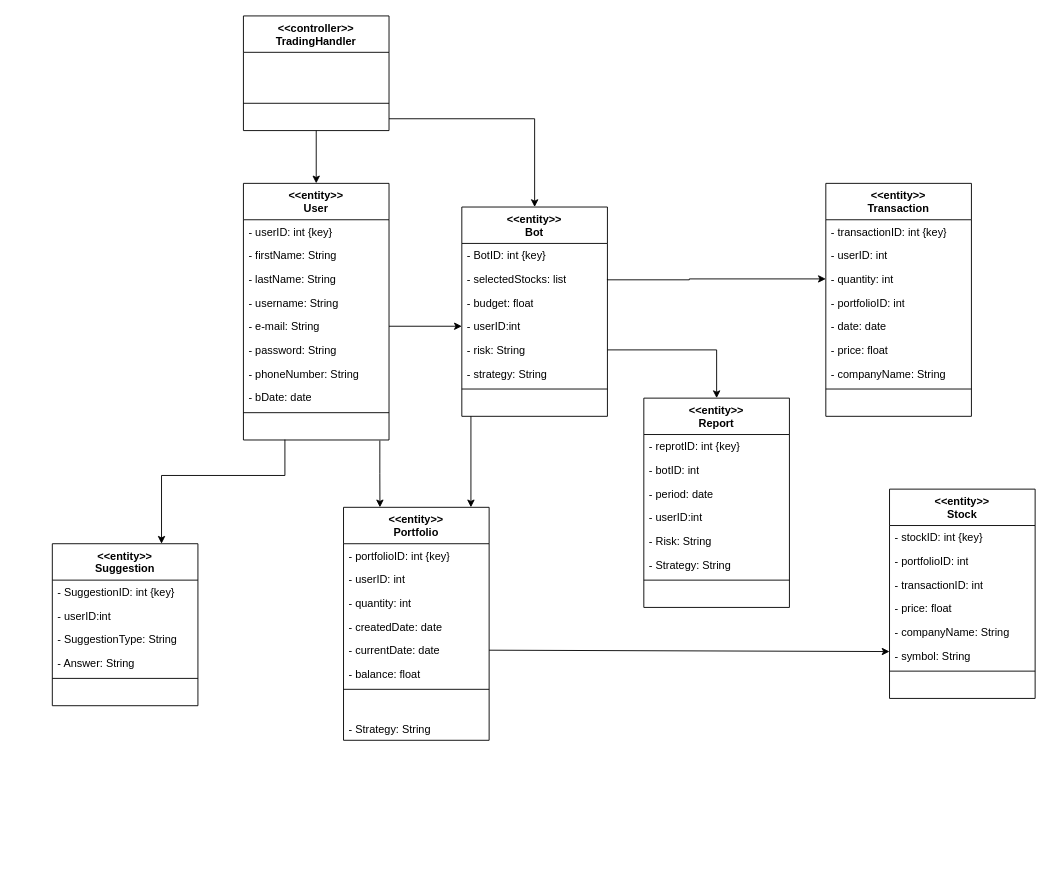
Abdulmohsen23/IS498 keeps this draw.io diagram as Diagrams/FIRST_CUT_CLASS DIAGRAM.drawio. Above is the earlier version. Source tidied: cells renumbered, new cells numbered last; positions are measured from the earlier drawing's top-left corner, leaving out a move shared by most shapes. Both pictures are drawn from the tidied source at 91%, with x=0, y=0 at pixel (52, 15).
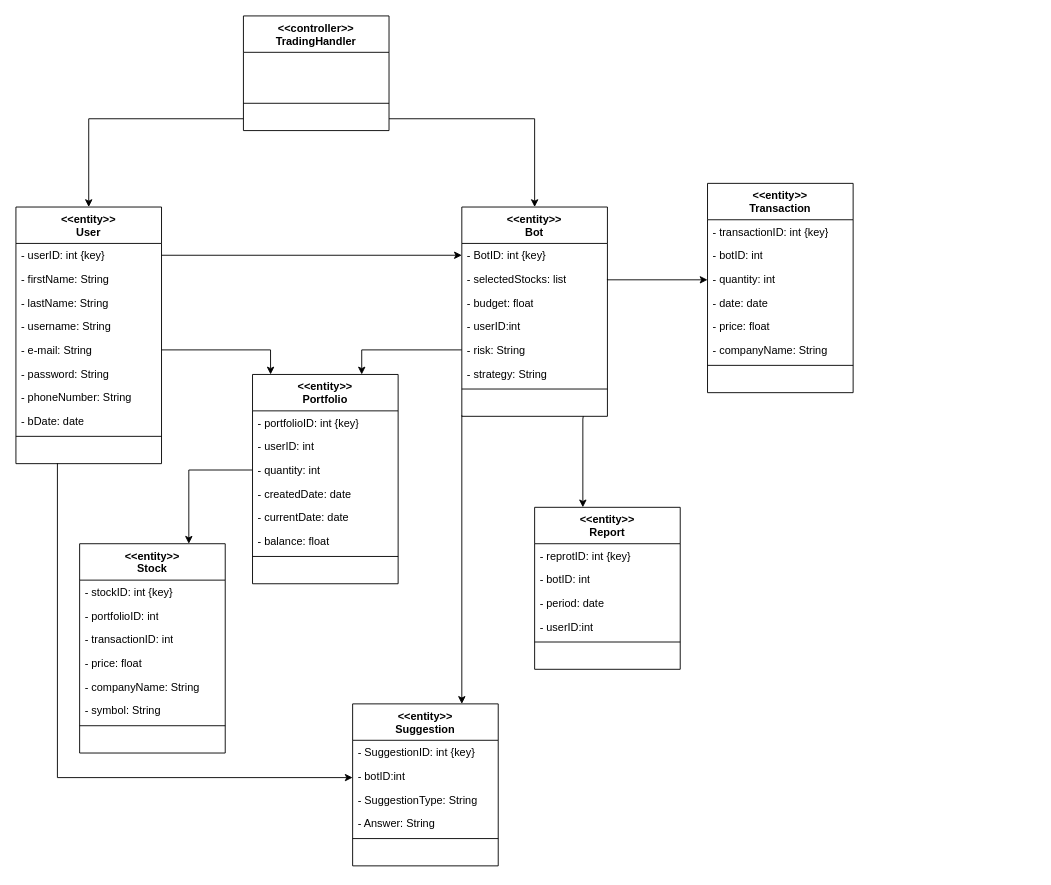
The same page after the edit.

The change refers to these unchanged cells:
```xml
<mxCell id="3" value="- userID: int {key}" style="text;strokeColor=none;fillColor=none;align=left;verticalAlign=top;spacingLeft=4;spacingRight=4;overflow=hidden;points=[[0,0.5],[1,0.5]];portConstraint=eastwest;whiteSpace=wrap;html=1;" parent="2" vertex="1">
  <mxGeometry y="40" width="160" height="26" as="geometry" />
</mxCell>
<mxCell id="7" value="- e-mail: String" style="text;strokeColor=none;fillColor=none;align=left;verticalAlign=top;spacingLeft=4;spacingRight=4;overflow=hidden;points=[[0,0.5],[1,0.5]];portConstraint=eastwest;whiteSpace=wrap;html=1;" parent="2" vertex="1">
  <mxGeometry y="144" width="160" height="26" as="geometry" />
</mxCell>
<mxCell id="12" value="&lt;div&gt;&amp;nbsp;&amp;nbsp;&amp;nbsp;&amp;nbsp;&amp;nbsp;&amp;nbsp;&amp;nbsp;&amp;nbsp;&amp;nbsp;&amp;nbsp;&amp;nbsp;&amp;nbsp;&amp;nbsp;&amp;nbsp;&amp;nbsp;&amp;nbsp;&amp;nbsp;&amp;nbsp;&amp;nbsp;&amp;nbsp;&amp;nbsp;&amp;nbsp;&amp;nbsp;&amp;nbsp;&amp;nbsp;&amp;nbsp;&amp;nbsp;&amp;nbsp;&amp;nbsp;&amp;nbsp;&amp;nbsp;&amp;nbsp;&amp;nbsp;&amp;nbsp;&amp;nbsp;&amp;nbsp;&amp;nbsp;&amp;nbsp;&amp;nbsp;&amp;nbsp;&amp;nbsp;&amp;nbsp;&amp;nbsp;&amp;nbsp;&amp;nbsp; &lt;br&gt;&lt;/div&gt;" style="text;strokeColor=none;fillColor=none;align=left;verticalAlign=top;spacingLeft=4;spacingRight=4;overflow=hidden;points=[[0,0.5],[1,0.5]];portConstraint=eastwest;whiteSpace=wrap;html=1;" parent="2" vertex="1">
  <mxGeometry y="256" width="160" height="26" as="geometry" />
</mxCell>
<mxCell id="16" value="- quantity: int" style="text;strokeColor=none;fillColor=none;align=left;verticalAlign=top;spacingLeft=4;spacingRight=4;overflow=hidden;points=[[0,0.5],[1,0.5]];portConstraint=eastwest;whiteSpace=wrap;html=1;" parent="13" vertex="1">
  <mxGeometry y="92" width="160" height="26" as="geometry" />
</mxCell>
<mxCell id="18" value="- currentDate: date" style="text;strokeColor=none;fillColor=none;align=left;verticalAlign=top;spacingLeft=4;spacingRight=4;overflow=hidden;points=[[0,0.5],[1,0.5]];portConstraint=eastwest;whiteSpace=wrap;html=1;" parent="13" vertex="1">
  <mxGeometry y="144" width="160" height="26" as="geometry" />
</mxCell>
<mxCell id="24" value="&lt;div&gt;&amp;lt;&amp;lt;controller&amp;gt;&amp;gt;&lt;/div&gt;&lt;div&gt;TradingHandler&lt;br&gt;&lt;/div&gt;" style="swimlane;fontStyle=1;align=center;verticalAlign=top;horizontal=1;startSize=40;whiteSpace=wrap;html=1;" parent="1" vertex="1">
  <mxGeometry x="210" width="160" height="126" as="geometry" />
</mxCell>
<mxCell id="28" value="&lt;div&gt;&amp;nbsp;&amp;nbsp;&amp;nbsp;&amp;nbsp;&amp;nbsp;&amp;nbsp;&amp;nbsp;&amp;nbsp;&amp;nbsp;&amp;nbsp;&amp;nbsp;&amp;nbsp;&amp;nbsp;&amp;nbsp;&amp;nbsp;&amp;nbsp;&amp;nbsp;&amp;nbsp;&amp;nbsp;&amp;nbsp;&amp;nbsp;&amp;nbsp;&amp;nbsp;&amp;nbsp;&amp;nbsp;&amp;nbsp;&amp;nbsp;&amp;nbsp;&amp;nbsp;&amp;nbsp;&amp;nbsp;&amp;nbsp;&amp;nbsp;&amp;nbsp;&amp;nbsp;&amp;nbsp;&amp;nbsp;&amp;nbsp;&amp;nbsp;&amp;nbsp;&amp;nbsp;&amp;nbsp;&amp;nbsp;&amp;nbsp;&amp;nbsp; &lt;br&gt;&lt;/div&gt;" style="text;strokeColor=none;fillColor=none;align=left;verticalAlign=top;spacingLeft=4;spacingRight=4;overflow=hidden;points=[[0,0.5],[1,0.5]];portConstraint=eastwest;whiteSpace=wrap;html=1;" parent="24" vertex="1">
  <mxGeometry y="100" width="160" height="26" as="geometry" />
</mxCell>
<mxCell id="36" value="- symbol: String" style="text;strokeColor=none;fillColor=none;align=left;verticalAlign=top;spacingLeft=4;spacingRight=4;overflow=hidden;points=[[0,0.5],[1,0.5]];portConstraint=eastwest;whiteSpace=wrap;html=1;" parent="30" vertex="1">
  <mxGeometry y="170" width="160" height="26" as="geometry" />
</mxCell>
<mxCell id="42" value="- quantity: int" style="text;strokeColor=none;fillColor=none;align=left;verticalAlign=top;spacingLeft=4;spacingRight=4;overflow=hidden;points=[[0,0.5],[1,0.5]];portConstraint=eastwest;whiteSpace=wrap;html=1;" parent="39" vertex="1">
  <mxGeometry y="92" width="160" height="26" as="geometry" />
</mxCell>
<mxCell id="58" value="- BotID: int {key}" style="text;strokeColor=none;fillColor=none;align=left;verticalAlign=top;spacingLeft=4;spacingRight=4;overflow=hidden;points=[[0,0.5],[1,0.5]];portConstraint=eastwest;whiteSpace=wrap;html=1;" parent="57" vertex="1">
  <mxGeometry y="40" width="160" height="26" as="geometry" />
</mxCell>
<mxCell id="59" value="- selectedStocks: list" style="text;strokeColor=none;fillColor=none;align=left;verticalAlign=top;spacingLeft=4;spacingRight=4;overflow=hidden;points=[[0,0.5],[1,0.5]];portConstraint=eastwest;whiteSpace=wrap;html=1;" parent="57" vertex="1">
  <mxGeometry y="66" width="160" height="26" as="geometry" />
</mxCell>
<mxCell id="61" value="- userID:int" style="text;strokeColor=none;fillColor=none;align=left;verticalAlign=top;spacingLeft=4;spacingRight=4;overflow=hidden;points=[[0,0.5],[1,0.5]];portConstraint=eastwest;whiteSpace=wrap;html=1;" parent="57" vertex="1">
  <mxGeometry y="118" width="160" height="26" as="geometry" />
</mxCell>
<mxCell id="62" value="- risk: String" style="text;strokeColor=none;fillColor=none;align=left;verticalAlign=top;spacingLeft=4;spacingRight=4;overflow=hidden;points=[[0,0.5],[1,0.5]];portConstraint=eastwest;whiteSpace=wrap;html=1;" parent="57" vertex="1">
  <mxGeometry y="144" width="160" height="26" as="geometry" />
</mxCell>
<mxCell id="65" value="&lt;div&gt;&amp;nbsp;&amp;nbsp;&amp;nbsp;&amp;nbsp;&amp;nbsp;&amp;nbsp;&amp;nbsp;&amp;nbsp;&amp;nbsp;&amp;nbsp;&amp;nbsp;&amp;nbsp;&amp;nbsp;&amp;nbsp;&amp;nbsp;&amp;nbsp;&amp;nbsp;&amp;nbsp;&amp;nbsp;&amp;nbsp;&amp;nbsp;&amp;nbsp;&amp;nbsp;&amp;nbsp;&amp;nbsp;&amp;nbsp;&amp;nbsp;&amp;nbsp;&amp;nbsp;&amp;nbsp;&amp;nbsp;&amp;nbsp;&amp;nbsp;&amp;nbsp;&amp;nbsp;&amp;nbsp;&amp;nbsp;&amp;nbsp;&amp;nbsp;&amp;nbsp;&amp;nbsp;&amp;nbsp;&amp;nbsp;&amp;nbsp;&amp;nbsp; &lt;br&gt;&lt;/div&gt;" style="text;strokeColor=none;fillColor=none;align=left;verticalAlign=top;spacingLeft=4;spacingRight=4;overflow=hidden;points=[[0,0.5],[1,0.5]];portConstraint=eastwest;whiteSpace=wrap;html=1;" parent="57" vertex="1">
  <mxGeometry y="204" width="160" height="26" as="geometry" />
</mxCell>
```

Diff of the diagram source:
```diff
@@
     <mxCell id="2" value="&lt;div&gt;&amp;lt;&amp;lt;entity&amp;gt;&amp;gt;&lt;/div&gt;&lt;div&gt;User&lt;br&gt;&lt;/div&gt;" style="swimlane;fontStyle=1;align=center;verticalAlign=top;horizontal=1;startSize=40;whiteSpace=wrap;html=1;" parent="1" vertex="1">
-      <mxGeometry x="210" y="184" width="160" height="282" as="geometry" />
+      <mxGeometry x="-40" y="210" width="160" height="282" as="geometry" />
     </mxCell>
@@
     <mxCell id="13" value="&lt;div&gt;&amp;lt;&amp;lt;entity&amp;gt;&amp;gt;&lt;/div&gt;&lt;div&gt;Portfolio&lt;br&gt;&lt;/div&gt;" style="swimlane;fontStyle=1;align=center;verticalAlign=top;horizontal=1;startSize=40;whiteSpace=wrap;html=1;" parent="1" vertex="1">
-      <mxGeometry x="320" y="540" width="160" height="256" as="geometry" />
+      <mxGeometry x="220" y="394" width="160" height="230" as="geometry" />
     </mxCell>
@@
-    <mxCell id="22" value="- Strategy: String" style="text;strokeColor=none;fillColor=none;align=left;verticalAlign=top;spacingLeft=4;spacingRight=4;overflow=hidden;whiteSpace=wrap;html=1;" parent="13" vertex="1">
-      <mxGeometry y="230" width="160" height="26" as="geometry" />
-    </mxCell>
-    <mxCell id="23" style="edgeStyle=orthogonalEdgeStyle;rounded=0;jettySize=auto;html=1;exitX=0.5;exitY=1;exitDx=0;exitDy=0;entryX=0.5;entryY=0;entryDx=0;entryDy=0;" parent="1" edge="1" source="24" target="2">
+    <mxCell id="23" style="edgeStyle=orthogonalEdgeStyle;rounded=0;jettySize=auto;html=1;exitX=0;exitY=0.5;exitDx=0;exitDy=0;entryX=0.5;entryY=0;entryDx=0;entryDy=0;" parent="1" edge="1" source="28" target="2">
       <mxGeometry relative="1" as="geometry" />
     </mxCell>
@@
-    <mxCell id="29" style="edgeStyle=orthogonalEdgeStyle;rounded=0;jettySize=auto;html=1;exitX=1;exitY=0.5;exitDx=0;exitDy=0;entryX=0;entryY=0.5;entryDx=0;entryDy=0;" parent="1" edge="1" source="59" target="42">
+    <mxCell id="29" style="edgeStyle=orthogonalEdgeStyle;rounded=0;jettySize=auto;html=1;exitX=1;exitY=0.5;exitDx=0;exitDy=0;" parent="1" edge="1" source="59">
       <mxGeometry relative="1" as="geometry">
+        <mxPoint x="720" y="290" as="targetPoint" />
         <Array as="points">
-          <mxPoint x="700" y="290" />
+          <mxPoint x="610" y="290" />
+          <mxPoint x="720" y="290" />
         </Array>
       </mxGeometry>
     </mxCell>
     <mxCell id="30" value="&lt;div&gt;&amp;lt;&amp;lt;entity&amp;gt;&amp;gt;&lt;/div&gt;&lt;div&gt;Stock&lt;br&gt;&lt;/div&gt;" style="swimlane;fontStyle=1;align=center;verticalAlign=top;horizontal=1;startSize=40;whiteSpace=wrap;html=1;" parent="1" vertex="1">
-      <mxGeometry x="920" y="520" width="160" height="230" as="geometry" />
+      <mxGeometry x="30" y="580" width="160" height="230" as="geometry" />
     </mxCell>
@@
     <mxCell id="39" value="&lt;div&gt;&amp;lt;&amp;lt;entity&amp;gt;&amp;gt;&lt;/div&gt;&lt;div&gt;Transaction&lt;br&gt;&lt;/div&gt;" style="swimlane;fontStyle=1;align=center;verticalAlign=top;horizontal=1;startSize=40;whiteSpace=wrap;html=1;" parent="1" vertex="1">
-      <mxGeometry x="850" y="184" width="160" height="256" as="geometry" />
+      <mxGeometry x="720" y="184" width="160" height="230" as="geometry" />
     </mxCell>
@@
-    <mxCell id="41" value="- userID: int" style="text;strokeColor=none;fillColor=none;align=left;verticalAlign=top;spacingLeft=4;spacingRight=4;overflow=hidden;whiteSpace=wrap;html=1;" parent="39" vertex="1">
+    <mxCell id="41" value="- botID: int" style="text;strokeColor=none;fillColor=none;align=left;verticalAlign=top;spacingLeft=4;spacingRight=4;overflow=hidden;whiteSpace=wrap;html=1;" parent="39" vertex="1">
       <mxGeometry y="66" width="160" height="26" as="geometry" />
     </mxCell>
@@
-    <mxCell id="43" value="- portfolioID: int" style="text;strokeColor=none;fillColor=none;align=left;verticalAlign=top;spacingLeft=4;spacingRight=4;overflow=hidden;whiteSpace=wrap;html=1;" parent="39" vertex="1">
-      <mxGeometry y="118" width="160" height="26" as="geometry" />
-    </mxCell>
     <mxCell id="44" value="- date: date" style="text;strokeColor=none;fillColor=none;align=left;verticalAlign=top;spacingLeft=4;spacingRight=4;overflow=hidden;whiteSpace=wrap;html=1;" parent="39" vertex="1">
-      <mxGeometry y="144" width="160" height="26" as="geometry" />
+      <mxGeometry y="118" width="160" height="26" as="geometry" />
     </mxCell>
     <mxCell id="45" value="- price: float" style="text;strokeColor=none;fillColor=none;align=left;verticalAlign=top;spacingLeft=4;spacingRight=4;overflow=hidden;whiteSpace=wrap;html=1;" parent="39" vertex="1">
-      <mxGeometry y="170" width="160" height="26" as="geometry" />
+      <mxGeometry y="144" width="160" height="26" as="geometry" />
     </mxCell>
     <mxCell id="46" value="- companyName: String" style="text;strokeColor=none;fillColor=none;align=left;verticalAlign=top;spacingLeft=4;spacingRight=4;overflow=hidden;whiteSpace=wrap;html=1;" parent="39" vertex="1">
-      <mxGeometry y="196" width="160" height="26" as="geometry" />
+      <mxGeometry y="170" width="160" height="26" as="geometry" />
     </mxCell>
     <mxCell id="47" style="line;strokeWidth=1;fillColor=none;align=left;verticalAlign=middle;spacingTop=-1;spacingLeft=3;spacingRight=3;labelPosition=right;strokeColor=inherit;" parent="39" vertex="1">
-      <mxGeometry y="222" width="160" height="8" as="geometry" />
+      <mxGeometry y="196" width="160" height="8" as="geometry" />
     </mxCell>
     <mxCell id="48" value="&lt;div&gt;&amp;nbsp;&amp;nbsp;&amp;nbsp;&amp;nbsp;&amp;nbsp;&amp;nbsp;&amp;nbsp;&amp;nbsp;&amp;nbsp;&amp;nbsp;&amp;nbsp;&amp;nbsp;&amp;nbsp;&amp;nbsp;&amp;nbsp;&amp;nbsp;&amp;nbsp;&amp;nbsp;&amp;nbsp;&amp;nbsp;&amp;nbsp;&amp;nbsp;&amp;nbsp;&amp;nbsp;&amp;nbsp;&amp;nbsp;&amp;nbsp;&amp;nbsp;&amp;nbsp;&amp;nbsp;&amp;nbsp;&amp;nbsp;&amp;nbsp;&amp;nbsp;&amp;nbsp;&amp;nbsp;&amp;nbsp;&amp;nbsp;&amp;nbsp;&amp;nbsp;&amp;nbsp;&amp;nbsp;&amp;nbsp;&amp;nbsp;&amp;nbsp; &lt;br&gt;&lt;/div&gt;" style="text;strokeColor=none;fillColor=none;align=left;verticalAlign=top;spacingLeft=4;spacingRight=4;overflow=hidden;whiteSpace=wrap;html=1;" parent="39" vertex="1">
-      <mxGeometry y="230" width="160" height="26" as="geometry" />
+      <mxGeometry y="204" width="160" height="26" as="geometry" />
     </mxCell>
     <mxCell id="49" value="&lt;div&gt;&amp;lt;&amp;lt;entity&amp;gt;&amp;gt;&lt;/div&gt;&lt;div&gt;Suggestion&lt;br&gt;&lt;/div&gt;" style="swimlane;fontStyle=1;align=center;verticalAlign=top;horizontal=1;startSize=40;whiteSpace=wrap;html=1;" parent="1" vertex="1">
-      <mxGeometry y="580" width="160" height="178" as="geometry" />
+      <mxGeometry x="330" y="756" width="160" height="178" as="geometry" />
     </mxCell>
@@
-    <mxCell id="51" value="- userID:int" style="text;strokeColor=none;fillColor=none;align=left;verticalAlign=top;spacingLeft=4;spacingRight=4;overflow=hidden;points=[[0,0.5],[1,0.5]];portConstraint=eastwest;whiteSpace=wrap;html=1;" parent="49" vertex="1">
+    <mxCell id="51" value="- botID:int" style="text;strokeColor=none;fillColor=none;align=left;verticalAlign=top;spacingLeft=4;spacingRight=4;overflow=hidden;points=[[0,0.5],[1,0.5]];portConstraint=eastwest;whiteSpace=wrap;html=1;" parent="49" vertex="1">
       <mxGeometry y="66" width="160" height="26" as="geometry" />
     </mxCell>
@@
-    <mxCell id="56" style="endArrow=classic;html=1;rounded=0;entryX=0.75;entryY=0;entryDx=0;entryDy=0;edgeStyle=orthogonalEdgeStyle;exitX=0.285;exitY=0.983;exitDx=0;exitDy=0;exitPerimeter=0;" parent="1" edge="1" source="12" target="49">
+    <mxCell id="56" style="endArrow=classic;html=1;rounded=0;edgeStyle=orthogonalEdgeStyle;exitX=0.285;exitY=0.983;exitDx=0;exitDy=0;exitPerimeter=0;" parent="1" edge="1" source="12" target="51">
       <mxGeometry relative="1" as="geometry">
         <Array as="points">
-          <mxPoint x="256" y="505" />
-          <mxPoint x="120" y="505" />
+          <mxPoint x="6" y="837" />
         </Array>
       </mxGeometry>
     </mxCell>
@@
-    <mxCell id="67" style="endArrow=classic;html=1;rounded=0;entryX=0.25;entryY=0;entryDx=0;entryDy=0;exitX=0.937;exitY=1.025;exitDx=0;exitDy=0;exitPerimeter=0;edgeStyle=orthogonalEdgeStyle;" parent="1" edge="1" source="12" target="13">
+    <mxCell id="67" style="endArrow=classic;html=1;rounded=0;exitX=1;exitY=0.5;exitDx=0;exitDy=0;edgeStyle=orthogonalEdgeStyle;entryX=0.124;entryY=0;entryDx=0;entryDy=0;entryPerimeter=0;" parent="1" edge="1" source="7" target="13">
       <mxGeometry relative="1" as="geometry" />
     </mxCell>
-    <mxCell id="68" style="endArrow=classic;html=1;rounded=0;edgeStyle=orthogonalEdgeStyle;" parent="1" edge="1">
+    <mxCell id="68" style="endArrow=classic;html=1;rounded=0;edgeStyle=orthogonalEdgeStyle;exitX=0;exitY=0.5;exitDx=0;exitDy=0;entryX=0.75;entryY=0;entryDx=0;entryDy=0;" parent="1" edge="1" source="62" target="13">
       <mxGeometry relative="1" as="geometry">
-        <mxPoint x="460" y="440" as="sourcePoint" />
-        <mxPoint x="460" y="540" as="targetPoint" />
         <Array as="points">
-          <mxPoint x="460" y="443" />
-          <mxPoint x="460" y="541" />
+          <mxPoint x="340" y="367" />
         </Array>
       </mxGeometry>
     </mxCell>
-    <mxCell id="69" style="endArrow=classic;html=1;rounded=0;exitX=1;exitY=0.5;exitDx=0;exitDy=0;entryX=0;entryY=0.327;entryDx=0;entryDy=0;entryPerimeter=0;" parent="1" edge="1" source="18" target="36">
-      <mxGeometry relative="1" as="geometry" />
-    </mxCell>
     <mxCell id="70" value="&lt;div&gt;&amp;lt;&amp;lt;entity&amp;gt;&amp;gt;&lt;/div&gt;&lt;div&gt;Report&lt;br&gt;&lt;/div&gt;" style="swimlane;fontStyle=1;align=center;verticalAlign=top;horizontal=1;startSize=40;whiteSpace=wrap;html=1;" parent="1" vertex="1">
-      <mxGeometry x="650" y="420" width="160" height="230" as="geometry" />
+      <mxGeometry x="530" y="540" width="160" height="178" as="geometry" />
     </mxCell>
@@
-    <mxCell id="75" value="- Risk: String" style="text;strokeColor=none;fillColor=none;align=left;verticalAlign=top;spacingLeft=4;spacingRight=4;overflow=hidden;whiteSpace=wrap;html=1;" parent="70" vertex="1">
-      <mxGeometry y="144" width="160" height="26" as="geometry" />
-    </mxCell>
-    <mxCell id="76" value="- Strategy: String" style="text;strokeColor=none;fillColor=none;align=left;verticalAlign=top;spacingLeft=4;spacingRight=4;overflow=hidden;whiteSpace=wrap;html=1;" parent="70" vertex="1">
-      <mxGeometry y="170" width="160" height="26" as="geometry" />
-    </mxCell>
     <mxCell id="77" style="line;strokeWidth=1;fillColor=none;align=left;verticalAlign=middle;spacingTop=-1;spacingLeft=3;spacingRight=3;labelPosition=right;strokeColor=inherit;" parent="70" vertex="1">
-      <mxGeometry y="196" width="160" height="8" as="geometry" />
+      <mxGeometry y="144" width="160" height="8" as="geometry" />
     </mxCell>
     <mxCell id="78" value="&lt;div&gt;&amp;nbsp;&amp;nbsp;&amp;nbsp;&amp;nbsp;&amp;nbsp;&amp;nbsp;&amp;nbsp;&amp;nbsp;&amp;nbsp;&amp;nbsp;&amp;nbsp;&amp;nbsp;&amp;nbsp;&amp;nbsp;&amp;nbsp;&amp;nbsp;&amp;nbsp;&amp;nbsp;&amp;nbsp;&amp;nbsp;&amp;nbsp;&amp;nbsp;&amp;nbsp;&amp;nbsp;&amp;nbsp;&amp;nbsp;&amp;nbsp;&amp;nbsp;&amp;nbsp;&amp;nbsp;&amp;nbsp;&amp;nbsp;&amp;nbsp;&amp;nbsp;&amp;nbsp;&amp;nbsp;&amp;nbsp;&amp;nbsp;&amp;nbsp;&amp;nbsp;&amp;nbsp;&amp;nbsp;&amp;nbsp;&amp;nbsp;&amp;nbsp; &lt;br&gt;&lt;/div&gt;" style="text;strokeColor=none;fillColor=none;align=left;verticalAlign=top;spacingLeft=4;spacingRight=4;overflow=hidden;whiteSpace=wrap;html=1;" parent="70" vertex="1">
-      <mxGeometry y="204" width="160" height="26" as="geometry" />
+      <mxGeometry y="152" width="160" height="26" as="geometry" />
     </mxCell>
-    <mxCell id="79" style="endArrow=classic;html=1;rounded=0;exitX=1;exitY=0.5;exitDx=0;exitDy=0;edgeStyle=orthogonalEdgeStyle;entryX=0.5;entryY=0;entryDx=0;entryDy=0;" parent="1" edge="1" source="62" target="70">
-      <mxGeometry relative="1" as="geometry" />
+    <mxCell id="79" style="endArrow=classic;html=1;rounded=0;exitX=0.834;exitY=0.992;exitDx=0;exitDy=0;edgeStyle=orthogonalEdgeStyle;exitPerimeter=0;" parent="1" edge="1" source="65">
+      <mxGeometry relative="1" as="geometry">
+        <mxPoint x="583" y="540" as="targetPoint" />
+        <Array as="points">
+          <mxPoint x="583" y="443" />
+          <mxPoint x="583" y="443" />
+          <mxPoint x="583" y="540" />
+        </Array>
+      </mxGeometry>
     </mxCell>
-    <mxCell id="80" style="endArrow=classic;html=1;rounded=0;exitX=1;exitY=0.5;exitDx=0;exitDy=0;entryX=0;entryY=0.5;entryDx=0;entryDy=0;" parent="1" edge="1" source="7" target="61">
+    <mxCell id="80" style="endArrow=classic;html=1;rounded=0;exitX=1;exitY=0.5;exitDx=0;exitDy=0;entryX=0;entryY=0.5;entryDx=0;entryDy=0;" parent="1" edge="1" source="3" target="58">
       <mxGeometry relative="1" as="geometry" />
     </mxCell>
+    <mxCell id="81" style="endArrow=classic;html=1;rounded=0;edgeStyle=orthogonalEdgeStyle;entryX=0.75;entryY=0;entryDx=0;entryDy=0;" parent="1" edge="1" target="49">
+      <mxGeometry relative="1" as="geometry">
+        <mxPoint x="450" y="439" as="sourcePoint" />
+        <Array as="points">
+          <mxPoint x="450" y="439" />
+        </Array>
+      </mxGeometry>
+    </mxCell>
+    <mxCell id="82" style="endArrow=classic;html=1;rounded=0;entryX=0.75;entryY=0;entryDx=0;entryDy=0;exitX=0;exitY=0.5;exitDx=0;exitDy=0;edgeStyle=orthogonalEdgeStyle;" parent="1" edge="1" source="16" target="30">
+      <mxGeometry relative="1" as="geometry" />
+    </mxCell>
```
